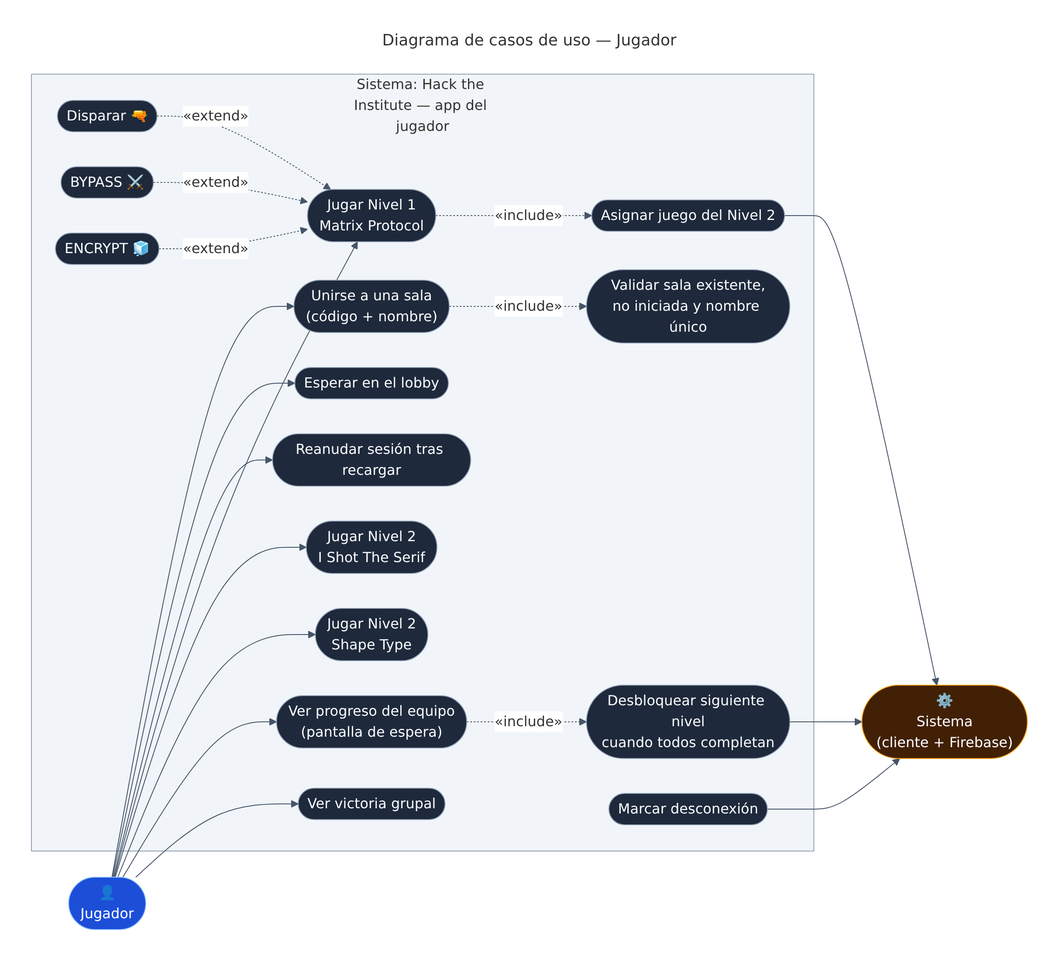
morphine75/escape_room keeps this Mermaid diagram as docs/diagramas/04a-casos-de-uso-jugador.png. Above is the earlier version. Its source is kept beside it as docs/diagramas/fuentes/04a-casos-de-uso-jugador.mmd. Its diagram source:
```mermaid
---
title: Diagrama de casos de uso — Jugador
---
flowchart LR
  J(["👤<br/>Jugador"])
  SYS(["⚙️<br/>Sistema<br/>(cliente + Firebase)"])

  subgraph S["Sistema: Hack the Institute — app del jugador"]
    direction TB
    UC1(["Unirse a una sala<br/>(código + nombre)"])
    UC1a(["Validar sala existente,<br/>no iniciada y nombre único"])
    UC2(["Esperar en el lobby"])
    UC3(["Reanudar sesión tras recargar"])
    UC4(["Jugar Nivel 1<br/>Matrix Protocol"])
    UC4a(["Disparar 🔫"])
    UC4b(["BYPASS ⚔️"])
    UC4c(["ENCRYPT 🧊"])
    UC5(["Jugar Nivel 2<br/>I Shot The Serif"])
    UC6(["Jugar Nivel 2<br/>Shape Type"])
    UC7(["Ver progreso del equipo<br/>(pantalla de espera)"])
    UC8(["Ver victoria grupal"])
    UC9(["Asignar juego del Nivel 2"])
    UC10(["Desbloquear siguiente nivel<br/>cuando todos completan"])
    UC11(["Marcar desconexión"])
  end

  J --- UC1 & UC2 & UC3 & UC4 & UC5 & UC6 & UC7 & UC8
  UC1 -. "«include»" .-> UC1a
  UC4a & UC4b & UC4c -. "«extend»" .-> UC4
  UC4 -. "«include»" .-> UC9
  UC9 --- SYS
  UC10 --- SYS
  UC11 --- SYS
  UC7 -. "«include»" .-> UC10

  classDef actor fill:#1d4ed8,stroke:#93c5fd,color:#fff
  classDef uc fill:#1e293b,stroke:#94a3b8,color:#f8fafc
  classDef sys fill:#422006,stroke:#f59e0b,color:#fff
  class J actor
  class SYS sys
  class UC1,UC1a,UC2,UC3,UC4,UC4a,UC4b,UC4c,UC5,UC6,UC7,UC8,UC9,UC10,UC11 uc
```
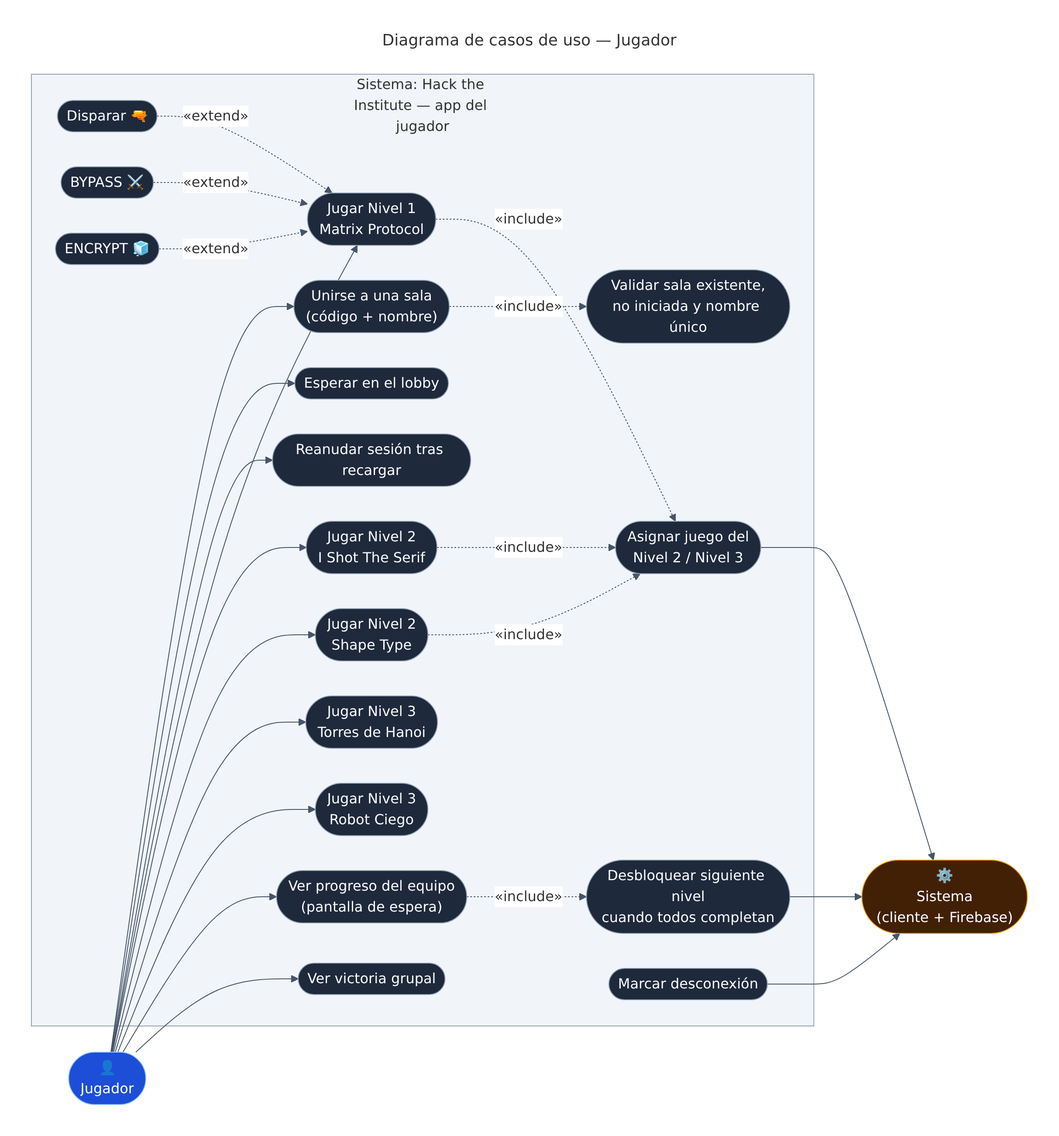
The same diagram one commit later.

What changed in the source:
```diff
@@ -17,14 +17,17 @@
     UC4c(["ENCRYPT 🧊"])
     UC5(["Jugar Nivel 2<br/>I Shot The Serif"])
     UC6(["Jugar Nivel 2<br/>Shape Type"])
+    UC12(["Jugar Nivel 3<br/>Torres de Hanoi"])
+    UC13(["Jugar Nivel 3<br/>Robot Ciego"])
     UC7(["Ver progreso del equipo<br/>(pantalla de espera)"])
     UC8(["Ver victoria grupal"])
-    UC9(["Asignar juego del Nivel 2"])
+    UC9(["Asignar juego del<br/>Nivel 2 / Nivel 3"])
     UC10(["Desbloquear siguiente nivel<br/>cuando todos completan"])
     UC11(["Marcar desconexión"])
   end
 
-  J --- UC1 & UC2 & UC3 & UC4 & UC5 & UC6 & UC7 & UC8
+  J --- UC1 & UC2 & UC3 & UC4 & UC5 & UC6 & UC12 & UC13 & UC7 & UC8
+  UC5 & UC6 -. "«include»" .-> UC9
   UC1 -. "«include»" .-> UC1a
   UC4a & UC4b & UC4c -. "«extend»" .-> UC4
   UC4 -. "«include»" .-> UC9
@@ -36,6 +39,7 @@
   classDef actor fill:#1d4ed8,stroke:#93c5fd,color:#fff
   classDef uc fill:#1e293b,stroke:#94a3b8,color:#f8fafc
   classDef sys fill:#422006,stroke:#f59e0b,color:#fff
+  class UC12,UC13 uc
   class J actor
   class SYS sys
   class UC1,UC1a,UC2,UC3,UC4,UC4a,UC4b,UC4c,UC5,UC6,UC7,UC8,UC9,UC10,UC11 uc
```
